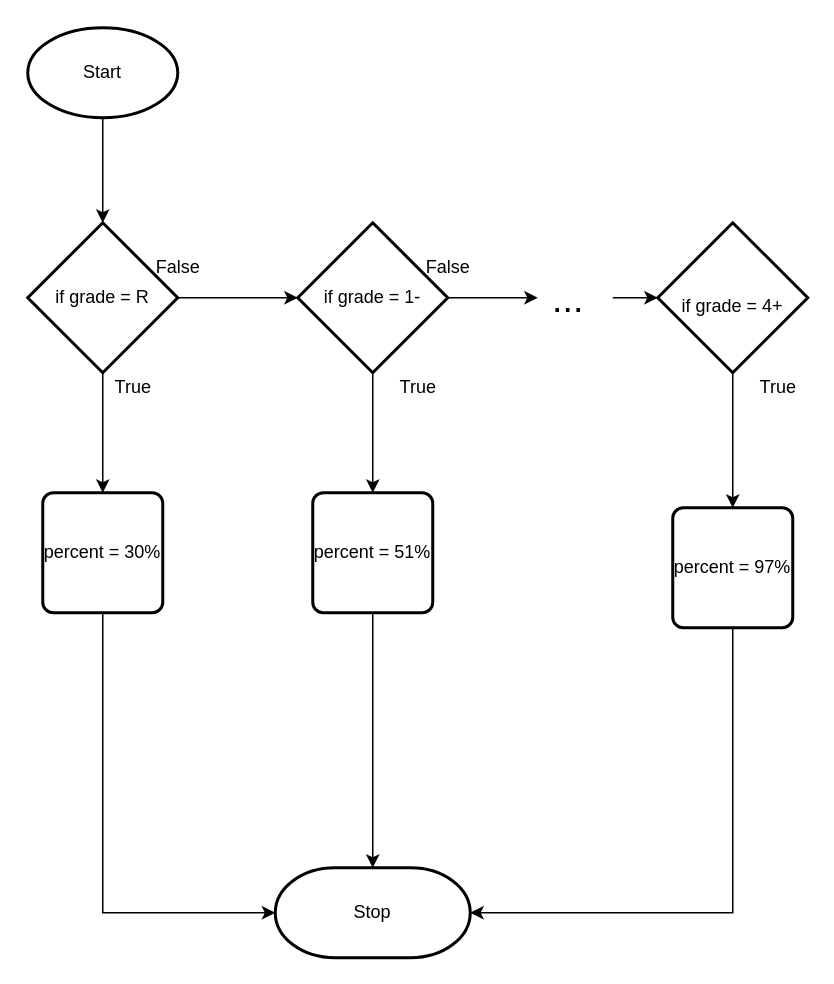
This is flowchart.drawio from Ethan-Prieur1/ICS3U-Unit5-03-Python, a draw.io file, before an edit. Source tidied: cells renumbered, new cells numbered last; positions are measured from the earlier drawing's top-left corner, leaving out a move shared by most shapes. Both pictures are drawn from the tidied source at 150%, with x=0, y=0 at pixel (27, 27).
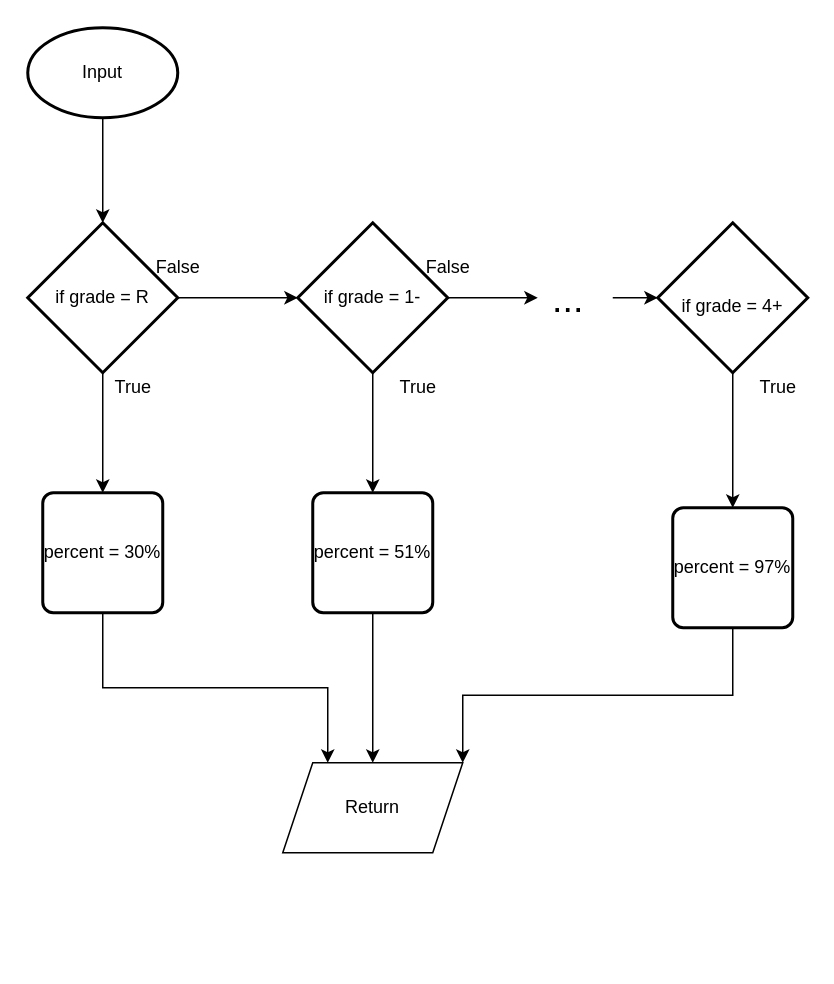
The same diagram, later.

Commit message (it also covers changes not shown here):
here we goooo

Unchanged cells that the change refers to:
```xml
<mxCell id="15" value="percent = 30%" style="rounded=1;whiteSpace=wrap;html=1;absoluteArcSize=1;arcSize=14;strokeWidth=2;fontSize=12;" parent="1" vertex="1">
  <mxGeometry x="10" y="310" width="80" height="80" as="geometry" />
</mxCell>
<mxCell id="17" value="percent = 51%" style="rounded=1;whiteSpace=wrap;html=1;absoluteArcSize=1;arcSize=14;strokeWidth=2;fontSize=12;" parent="1" vertex="1">
  <mxGeometry x="190" y="310" width="80" height="80" as="geometry" />
</mxCell>
<mxCell id="19" value="percent = 97%" style="rounded=1;whiteSpace=wrap;html=1;absoluteArcSize=1;arcSize=14;strokeWidth=2;fontSize=12;" parent="1" vertex="1">
  <mxGeometry x="430" y="320" width="80" height="80" as="geometry" />
</mxCell>
```

What changed in the source:
```diff
@@
-    <mxCell id="3" value="Start" style="strokeWidth=2;html=1;shape=mxgraph.flowchart.start_1;whiteSpace=wrap;" parent="1" vertex="1">
+    <mxCell id="3" value="Input" style="strokeWidth=2;html=1;shape=mxgraph.flowchart.start_1;whiteSpace=wrap;" parent="1" vertex="1">
       <mxGeometry width="100" height="60" as="geometry" />
     </mxCell>
-    <mxCell id="4" value="Stop" style="strokeWidth=2;html=1;shape=mxgraph.flowchart.terminator;whiteSpace=wrap;" parent="1" vertex="1">
-      <mxGeometry x="165" y="560" width="130" height="60" as="geometry" />
-    </mxCell>
@@
-    <mxCell id="14" style="edgeStyle=orthogonalEdgeStyle;html=1;exitX=0.5;exitY=1;exitDx=0;exitDy=0;entryX=0;entryY=0.5;entryDx=0;entryDy=0;entryPerimeter=0;fontSize=12;rounded=0;" parent="1" edge="1" source="15" target="4">
+    <mxCell id="14" style="edgeStyle=orthogonalEdgeStyle;html=1;exitX=0.5;exitY=1;exitDx=0;exitDy=0;entryX=0.25;entryY=0;entryDx=0;entryDy=0;fontSize=12;rounded=0;" parent="1" edge="1" source="15" target="26">
       <mxGeometry relative="1" as="geometry" />
     </mxCell>
@@
-    <mxCell id="16" style="edgeStyle=none;html=1;exitX=0.5;exitY=1;exitDx=0;exitDy=0;entryX=0.5;entryY=0;entryDx=0;entryDy=0;entryPerimeter=0;fontSize=12;rounded=0;" parent="1" edge="1" source="17" target="4">
+    <mxCell id="16" style="edgeStyle=none;html=1;exitX=0.5;exitY=1;exitDx=0;exitDy=0;entryX=0.5;entryY=0;entryDx=0;entryDy=0;fontSize=12;rounded=0;" parent="1" edge="1" source="17" target="26">
       <mxGeometry relative="1" as="geometry" />
     </mxCell>
@@
-    <mxCell id="18" style="edgeStyle=orthogonalEdgeStyle;html=1;exitX=0.5;exitY=1;exitDx=0;exitDy=0;entryX=1;entryY=0.5;entryDx=0;entryDy=0;entryPerimeter=0;fontSize=12;rounded=0;" parent="1" edge="1" source="19" target="4">
+    <mxCell id="18" style="edgeStyle=orthogonalEdgeStyle;html=1;exitX=0.5;exitY=1;exitDx=0;exitDy=0;entryX=1;entryY=0;entryDx=0;entryDy=0;fontSize=12;rounded=0;" parent="1" edge="1" source="19" target="26">
       <mxGeometry relative="1" as="geometry" />
     </mxCell>
@@
+    <mxCell id="26" value="Return" style="shape=parallelogram;perimeter=parallelogramPerimeter;whiteSpace=wrap;html=1;fixedSize=1;" parent="1" vertex="1">
+      <mxGeometry x="170" y="490" width="120" height="60" as="geometry" />
+    </mxCell>
```
